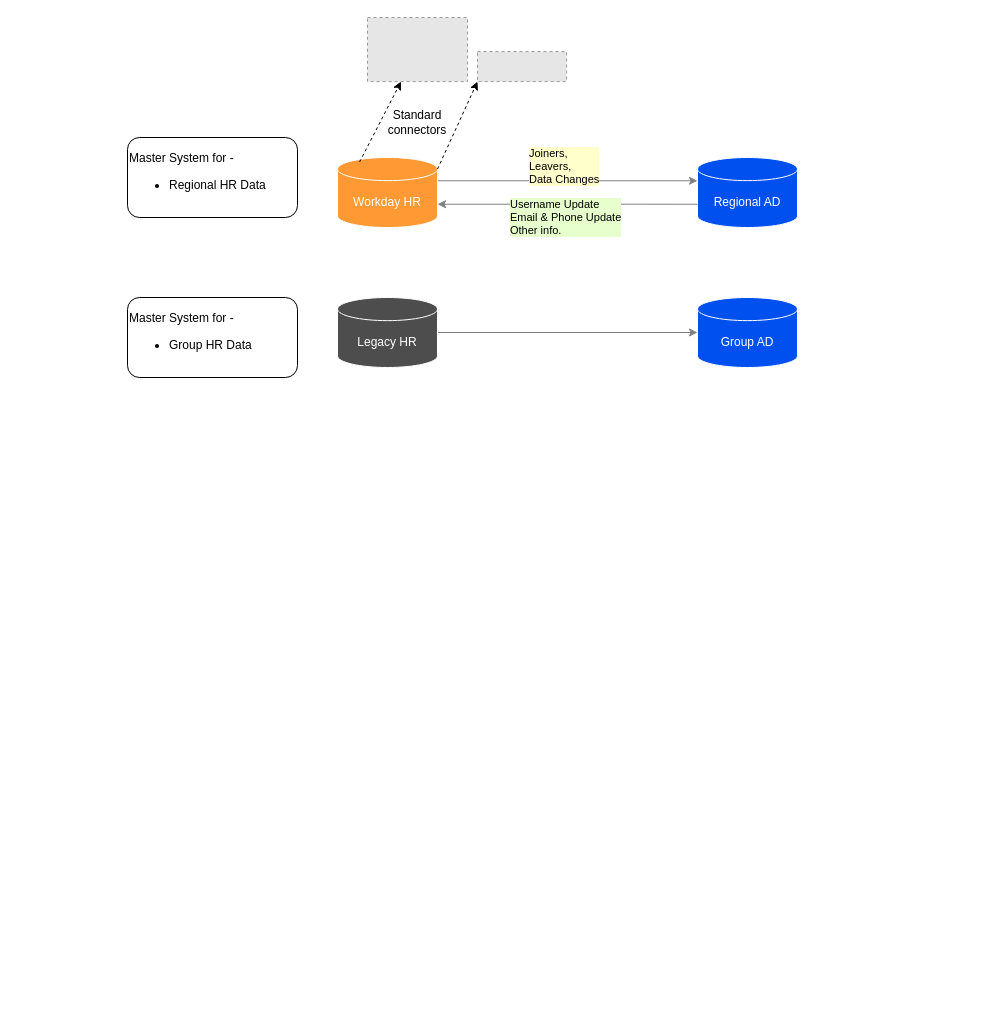
Earlier version of the draw.io diagram KARNOV.drawio (sandyaroma/sandyaroma). Source tidied: cells renumbered, new cells numbered last; positions are measured from the earlier drawing's top-left corner, leaving out a move shared by most shapes. Both pictures are drawn from the tidied source at 100%, with x=0, y=0 at pixel (127, 17). Pictures stored in the file or linked from it are replaced by grey dashed boxes.
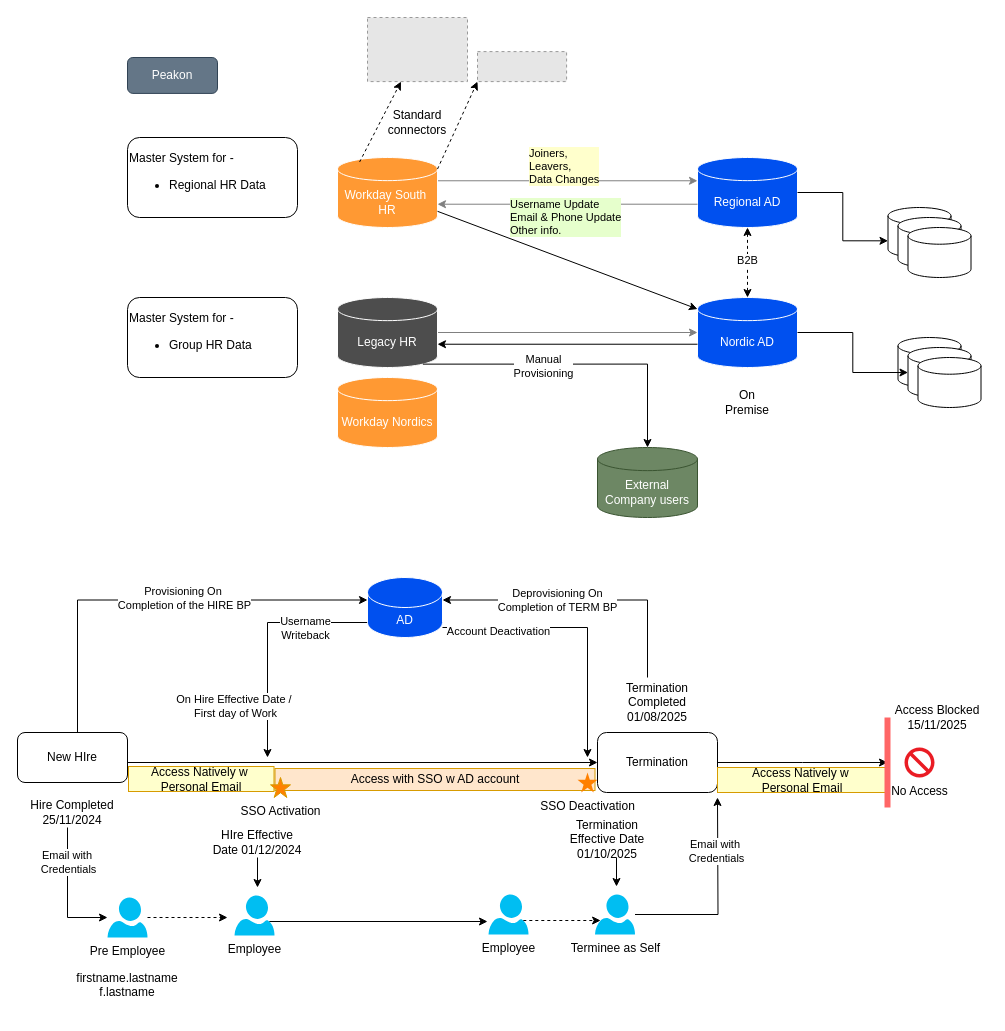
The same diagram, later.

The change refers to these unchanged cells:
```xml
<mxCell id="5" value="&lt;font color=&quot;#ffffff&quot;&gt;Regional AD&lt;/font&gt;" style="shape=cylinder3;whiteSpace=wrap;html=1;boundedLbl=1;backgroundOutline=1;size=11.56951904296875;fillColor=#0050ef;strokeColor=#FFFFFF;fontColor=#ffffff;" parent="1" vertex="1">
  <mxGeometry x="570" y="140" width="100" height="70" as="geometry" />
</mxCell>
<mxCell id="8" value="&lt;font color=&quot;#ffffff&quot;&gt;Legacy HR&lt;/font&gt;" style="shape=cylinder3;whiteSpace=wrap;html=1;boundedLbl=1;backgroundOutline=1;size=11.56951904296875;fillColor=#4D4D4D;strokeColor=#FFFFFF;" parent="1" vertex="1">
  <mxGeometry x="210" y="280" width="100" height="70" as="geometry" />
</mxCell>
```

The edit, as a diff of the source:
```diff
@@
-    <mxCell id="4" value="&lt;font color=&quot;#ffffff&quot;&gt;Workday HR&lt;/font&gt;" style="shape=cylinder3;whiteSpace=wrap;html=1;boundedLbl=1;backgroundOutline=1;size=11.56951904296875;fillColor=#FF9933;strokeColor=#FFFFFF;" parent="1" vertex="1">
+    <mxCell id="4" value="&lt;font color=&quot;#ffffff&quot;&gt;Workday South&amp;nbsp;&lt;/font&gt;&lt;div&gt;&lt;font color=&quot;#ffffff&quot;&gt;HR&lt;/font&gt;&lt;/div&gt;" style="shape=cylinder3;whiteSpace=wrap;html=1;boundedLbl=1;backgroundOutline=1;size=11.56951904296875;fillColor=#FF9933;strokeColor=#FFFFFF;" parent="1" vertex="1">
       <mxGeometry x="210" y="140" width="100" height="70" as="geometry" />
     </mxCell>
@@
-    <mxCell id="6" value="&lt;font color=&quot;#ffffff&quot;&gt;Group AD&lt;/font&gt;" style="shape=cylinder3;whiteSpace=wrap;html=1;boundedLbl=1;backgroundOutline=1;size=11.56951904296875;fillColor=#0050ef;strokeColor=#FFFFFF;fontColor=#ffffff;" parent="1" vertex="1">
+    <mxCell id="6" value="&lt;font color=&quot;#ffffff&quot;&gt;Nordic AD&lt;/font&gt;" style="shape=cylinder3;whiteSpace=wrap;html=1;boundedLbl=1;backgroundOutline=1;size=11.56951904296875;fillColor=#0050ef;strokeColor=#FFFFFF;fontColor=#ffffff;" parent="1" vertex="1">
       <mxGeometry x="570" y="280" width="100" height="70" as="geometry" />
     </mxCell>
@@
+    <mxCell id="18" value="On Premise" style="text;html=1;align=center;verticalAlign=middle;whiteSpace=wrap;rounded=0;" parent="1" vertex="1">
+      <mxGeometry x="590" y="370" width="60" height="30" as="geometry" />
+    </mxCell>
+    <mxCell id="19" value="Peakon" style="rounded=1;whiteSpace=wrap;html=1;fillColor=#647687;fontColor=#ffffff;strokeColor=#314354;" parent="1" vertex="1">
+      <mxGeometry y="40" width="90" height="35.9" as="geometry" />
+    </mxCell>
+    <mxCell id="20" style="edgeStyle=orthogonalEdgeStyle;rounded=0;jettySize=auto;html=1;entryX=0.5;entryY=0;entryDx=0;entryDy=0;entryPerimeter=0;startArrow=classic;startFill=1;dashed=1;" parent="1" edge="1" source="5" target="6">
+      <mxGeometry relative="1" as="geometry" />
+    </mxCell>
+    <mxCell id="21" value="B2B" style="edgeLabel;html=1;align=center;verticalAlign=middle;" parent="20" vertex="1">
+      <mxGeometry x="-0.09" y="-1" relative="1" as="geometry" />
+    </mxCell>
+    <mxCell id="22" style="edgeStyle=orthogonalEdgeStyle;rounded=0;jettySize=auto;html=1;exitX=0;exitY=0;exitDx=0;exitDy=46.715240478515625;exitPerimeter=0;entryX=1;entryY=0;entryDx=0;entryDy=46.715240478515625;entryPerimeter=0;" parent="1" edge="1" source="6" target="8">
+      <mxGeometry relative="1" as="geometry" />
+    </mxCell>
+    <mxCell id="23" style="edgeStyle=orthogonalEdgeStyle;rounded=0;jettySize=auto;html=1;entryX=0;entryY=0.5;entryDx=0;entryDy=0;exitX=1;exitY=0.5;exitDx=0;exitDy=0;" parent="1" edge="1" source="26" target="28">
+      <mxGeometry relative="1" as="geometry">
+        <Array as="points">
+          <mxPoint y="745" />
+        </Array>
+      </mxGeometry>
+    </mxCell>
+    <mxCell id="24" style="edgeStyle=orthogonalEdgeStyle;rounded=0;jettySize=auto;html=1;entryX=0;entryY=0;entryDx=0;entryDy=22.5;entryPerimeter=0;" parent="1" edge="1" source="26" target="42">
+      <mxGeometry relative="1" as="geometry">
+        <Array as="points">
+          <mxPoint x="-50" y="583" />
+        </Array>
+      </mxGeometry>
+    </mxCell>
+    <mxCell id="25" value="Provisioning On&amp;nbsp;&lt;div&gt;Completion of the HIRE BP&lt;/div&gt;" style="edgeLabel;html=1;align=center;verticalAlign=middle;" parent="24" vertex="1">
+      <mxGeometry x="0.04" relative="1" as="geometry">
+        <mxPoint x="19" y="-2" as="offset" />
+      </mxGeometry>
+    </mxCell>
+    <mxCell id="26" value="New HIre" style="rounded=1;whiteSpace=wrap;html=1;" parent="1" vertex="1">
+      <mxGeometry x="-110" y="715" width="110" height="50" as="geometry" />
+    </mxCell>
+    <mxCell id="27" style="edgeStyle=orthogonalEdgeStyle;rounded=0;jettySize=auto;html=1;" parent="1" edge="1" source="28">
+      <mxGeometry relative="1" as="geometry">
+        <mxPoint x="760" y="745" as="targetPoint" />
+      </mxGeometry>
+    </mxCell>
+    <mxCell id="28" value="Termination" style="rounded=1;whiteSpace=wrap;html=1;" parent="1" vertex="1">
+      <mxGeometry x="470" y="715" width="120" height="60" as="geometry" />
+    </mxCell>
+    <mxCell id="29" value="HIre Effective Date 01/12/2024" style="text;html=1;align=center;verticalAlign=middle;whiteSpace=wrap;rounded=0;" parent="1" vertex="1">
+      <mxGeometry x="80" y="810" width="100" height="30" as="geometry" />
+    </mxCell>
+    <mxCell id="30" style="edgeStyle=orthogonalEdgeStyle;rounded=0;jettySize=auto;html=1;" parent="1" edge="1" source="32" target="35">
+      <mxGeometry relative="1" as="geometry">
+        <Array as="points">
+          <mxPoint x="-60" y="900" />
+        </Array>
+      </mxGeometry>
+    </mxCell>
+    <mxCell id="31" value="Email with&amp;nbsp;&lt;div&gt;Credentials&lt;/div&gt;" style="edgeLabel;html=1;align=center;verticalAlign=middle;" parent="30" vertex="1">
+      <mxGeometry x="-0.48" relative="1" as="geometry" />
+    </mxCell>
+    <mxCell id="32" value="Hire Completed&lt;div&gt;25/11/2024&lt;/div&gt;" style="text;html=1;align=center;verticalAlign=middle;whiteSpace=wrap;rounded=0;" parent="1" vertex="1">
+      <mxGeometry x="-100" y="780" width="90" height="30" as="geometry" />
+    </mxCell>
+    <mxCell id="33" style="edgeStyle=orthogonalEdgeStyle;rounded=0;jettySize=auto;html=1;exitX=0.87;exitY=0.65;exitDx=0;exitDy=0;exitPerimeter=0;" parent="1" edge="1" source="36">
+      <mxGeometry relative="1" as="geometry">
+        <mxPoint x="360" y="904" as="targetPoint" />
+      </mxGeometry>
+    </mxCell>
+    <mxCell id="34" style="edgeStyle=orthogonalEdgeStyle;rounded=0;jettySize=auto;html=1;dashed=1;" parent="1" edge="1" source="35">
+      <mxGeometry relative="1" as="geometry">
+        <mxPoint x="100" y="900" as="targetPoint" />
+      </mxGeometry>
+    </mxCell>
+    <mxCell id="35" value="Pre Employee" style="verticalLabelPosition=bottom;html=1;verticalAlign=top;align=center;strokeColor=none;fillColor=#00BEF2;shape=mxgraph.azure.user;" parent="1" vertex="1">
+      <mxGeometry x="-20" y="880" width="40" height="40" as="geometry" />
+    </mxCell>
+    <mxCell id="36" value="Employee" style="verticalLabelPosition=bottom;html=1;verticalAlign=top;align=center;strokeColor=none;fillColor=#00BEF2;shape=mxgraph.azure.user;" parent="1" vertex="1">
+      <mxGeometry x="107" y="878" width="40" height="40" as="geometry" />
+    </mxCell>
+    <mxCell id="37" style="endArrow=classic;html=1;rounded=0;" parent="1" edge="1">
+      <mxGeometry relative="1" as="geometry">
+        <mxPoint x="130" y="840" as="sourcePoint" />
+        <mxPoint x="130" y="870" as="targetPoint" />
+      </mxGeometry>
+    </mxCell>
+    <mxCell id="38" style="edgeStyle=orthogonalEdgeStyle;rounded=0;jettySize=auto;html=1;exitX=0;exitY=1;exitDx=0;exitDy=-15;exitPerimeter=0;" parent="1" edge="1" source="42">
+      <mxGeometry relative="1" as="geometry">
+        <mxPoint x="140" y="740" as="targetPoint" />
+        <Array as="points">
+          <mxPoint x="140" y="605" />
+        </Array>
+      </mxGeometry>
+    </mxCell>
+    <mxCell id="39" value="&lt;div&gt;On Hire Effective Date /&amp;nbsp;&lt;/div&gt;&lt;div&gt;First day of Work&lt;/div&gt;" style="edgeLabel;html=1;align=center;verticalAlign=middle;" parent="38" vertex="1">
+      <mxGeometry x="0.14" y="1" relative="1" as="geometry">
+        <mxPoint x="-34" y="49" as="offset" />
+      </mxGeometry>
+    </mxCell>
+    <mxCell id="40" value="Username&lt;div&gt;Writeback&lt;/div&gt;" style="edgeLabel;html=1;align=center;verticalAlign=middle;" parent="38" vertex="1">
+      <mxGeometry x="-0.38" y="-1" relative="1" as="geometry">
+        <mxPoint x="10" y="6" as="offset" />
+      </mxGeometry>
+    </mxCell>
+    <mxCell id="41" style="edgeStyle=orthogonalEdgeStyle;rounded=0;jettySize=auto;html=1;" parent="1" edge="1" source="42">
+      <mxGeometry relative="1" as="geometry">
+        <mxPoint x="460" y="740" as="targetPoint" />
+        <Array as="points">
+          <mxPoint x="460" y="610" />
+        </Array>
+      </mxGeometry>
+    </mxCell>
+    <mxCell id="42" value="AD" style="shape=cylinder3;whiteSpace=wrap;html=1;boundedLbl=1;backgroundOutline=1;size=15;fillColor=#0050ef;fontColor=#ffffff;strokeColor=#FFFFFF;" parent="1" vertex="1">
+      <mxGeometry x="240" y="560" width="75" height="60" as="geometry" />
+    </mxCell>
+    <mxCell id="43" value="Employee" style="verticalLabelPosition=bottom;html=1;verticalAlign=top;align=center;strokeColor=none;fillColor=#00BEF2;shape=mxgraph.azure.user;" parent="1" vertex="1">
+      <mxGeometry x="361" y="877" width="40" height="40" as="geometry" />
+    </mxCell>
+    <mxCell id="44" value="Termination Effective Date 01/10/2025" style="text;html=1;align=center;verticalAlign=middle;whiteSpace=wrap;rounded=0;" parent="1" vertex="1">
+      <mxGeometry x="430" y="807" width="100" height="30" as="geometry" />
+    </mxCell>
+    <mxCell id="45" style="edgeStyle=orthogonalEdgeStyle;rounded=0;jettySize=auto;html=1;" parent="1" edge="1" source="47">
+      <mxGeometry relative="1" as="geometry">
+        <mxPoint x="590" y="780" as="targetPoint" />
+      </mxGeometry>
+    </mxCell>
+    <mxCell id="46" value="Email with&amp;nbsp;&lt;div&gt;Credentials&lt;/div&gt;" style="edgeLabel;html=1;align=center;verticalAlign=middle;" parent="45" vertex="1">
+      <mxGeometry x="0.47" y="2" relative="1" as="geometry" />
+    </mxCell>
+    <mxCell id="47" value="Terminee as Self" style="verticalLabelPosition=bottom;html=1;verticalAlign=top;align=center;strokeColor=none;fillColor=#00BEF2;shape=mxgraph.azure.user;" parent="1" vertex="1">
+      <mxGeometry x="467.5" y="877" width="40" height="40" as="geometry" />
+    </mxCell>
+    <mxCell id="48" value="Termination&lt;div&gt;Completed&lt;/div&gt;&lt;div&gt;01/08/2025&lt;/div&gt;" style="text;html=1;align=center;verticalAlign=middle;whiteSpace=wrap;rounded=0;" parent="1" vertex="1">
+      <mxGeometry x="480" y="670" width="100" height="30" as="geometry" />
+    </mxCell>
+    <mxCell id="49" value="Access with SSO w AD account" style="rounded=0;whiteSpace=wrap;html=1;fillColor=#ffe6cc;strokeColor=#d79b00;" parent="1" vertex="1">
+      <mxGeometry x="147.5" y="751" width="320" height="22" as="geometry" />
+    </mxCell>
+    <mxCell id="50" value="Access Natively w&amp;nbsp;&lt;div&gt;Personal Email&lt;/div&gt;" style="rounded=0;whiteSpace=wrap;html=1;fillColor=#FFFFCC;strokeColor=#d79b00;" parent="1" vertex="1">
+      <mxGeometry x="1" y="749" width="145.5" height="25" as="geometry" />
+    </mxCell>
+    <mxCell id="51" value="Access Natively w&amp;nbsp;&lt;div&gt;Personal Email&lt;/div&gt;" style="rounded=0;whiteSpace=wrap;html=1;fillColor=#FFFFCC;strokeColor=#d79b00;" parent="1" vertex="1">
+      <mxGeometry x="590" y="750" width="170" height="25" as="geometry" />
+    </mxCell>
+    <mxCell id="52" value="No Access" style="sketch=0;shadow=0;dashed=0;html=1;strokeColor=none;labelPosition=center;verticalLabelPosition=bottom;verticalAlign=top;align=center;shape=mxgraph.mscae.enterprise.not_allowed;fillColor=#EA1C24;" parent="1" vertex="1">
+      <mxGeometry x="777" y="730" width="30" height="30" as="geometry" />
+    </mxCell>
+    <mxCell id="53" style="endArrow=none;html=1;rounded=0;strokeWidth=6;strokeColor=#FF6666;" parent="1" edge="1">
+      <mxGeometry relative="1" as="geometry">
+        <mxPoint x="760" y="790" as="sourcePoint" />
+        <mxPoint x="760" y="700" as="targetPoint" />
+      </mxGeometry>
+    </mxCell>
+    <mxCell id="54" style="edgeStyle=orthogonalEdgeStyle;rounded=0;jettySize=auto;html=1;dashed=1;entryX=0.14;entryY=0.65;entryDx=0;entryDy=0;entryPerimeter=0;exitX=0.87;exitY=0.65;exitDx=0;exitDy=0;exitPerimeter=0;" parent="1" edge="1" source="43" target="47">
+      <mxGeometry relative="1" as="geometry" />
+    </mxCell>
+    <mxCell id="55" style="endArrow=classic;html=1;rounded=0;" parent="1" edge="1">
+      <mxGeometry relative="1" as="geometry">
+        <mxPoint x="489" y="840" as="sourcePoint" />
+        <mxPoint x="489" y="869" as="targetPoint" />
+      </mxGeometry>
+    </mxCell>
+    <mxCell id="56" value="SSO Activation" style="verticalLabelPosition=bottom;verticalAlign=top;html=1;shape=mxgraph.basic.star;fillColor=#FF8000;strokeColor=#d79b00;" parent="1" vertex="1">
+      <mxGeometry x="143" y="760" width="20" height="20" as="geometry" />
+    </mxCell>
+    <mxCell id="57" style="edgeStyle=orthogonalEdgeStyle;rounded=0;jettySize=auto;html=1;entryX=1;entryY=0;entryDx=0;entryDy=22.5;entryPerimeter=0;" parent="1" edge="1" target="42">
+      <mxGeometry relative="1" as="geometry">
+        <mxPoint x="520" y="660" as="sourcePoint" />
+        <Array as="points">
+          <mxPoint x="520" y="583" />
+        </Array>
+      </mxGeometry>
+    </mxCell>
+    <mxCell id="58" value="Deprovisioning On&lt;div&gt;Completion of TERM BP&lt;/div&gt;" style="edgeLabel;html=1;align=center;verticalAlign=middle;" parent="57" vertex="1">
+      <mxGeometry x="0.19" relative="1" as="geometry" />
+    </mxCell>
+    <mxCell id="59" value="Access Blocked&lt;div&gt;15/11/2025&lt;/div&gt;" style="text;html=1;align=center;verticalAlign=middle;whiteSpace=wrap;rounded=0;" parent="1" vertex="1">
+      <mxGeometry x="760" y="685" width="100" height="30" as="geometry" />
+    </mxCell>
+    <mxCell id="60" value="SSO Deactivation" style="verticalLabelPosition=bottom;verticalAlign=top;html=1;shape=mxgraph.basic.star;fillColor=#FF8000;strokeColor=none;" parent="1" vertex="1">
+      <mxGeometry x="450" y="755" width="20" height="20" as="geometry" />
+    </mxCell>
+    <mxCell id="61" value="firstname.lastname&lt;div&gt;f.lastname&lt;/div&gt;&lt;div&gt;&lt;br&gt;&lt;/div&gt;" style="text;html=1;align=center;verticalAlign=middle;whiteSpace=wrap;rounded=0;" parent="1" vertex="1">
+      <mxGeometry x="-60" y="960" width="120" height="30" as="geometry" />
+    </mxCell>
+    <mxCell id="62" value="Account Deactivation" style="edgeLabel;html=1;align=center;verticalAlign=middle;" parent="1" vertex="1">
+      <mxGeometry x="190" y="610" as="geometry">
+        <mxPoint x="180" y="3" as="offset" />
+      </mxGeometry>
+    </mxCell>
+    <mxCell id="63" style="endArrow=classic;html=1;rounded=0;entryX=0;entryY=0;entryDx=0;entryDy=11.56951904296875;entryPerimeter=0;" parent="1" edge="1" source="4" target="6">
+      <mxGeometry relative="1" as="geometry" />
+    </mxCell>
+    <mxCell id="64" value="&lt;font color=&quot;#ffffff&quot;&gt;Workday Nordics&lt;/font&gt;" style="shape=cylinder3;whiteSpace=wrap;html=1;boundedLbl=1;backgroundOutline=1;size=11.56951904296875;fillColor=#FF9933;strokeColor=#FFFFFF;" parent="1" vertex="1">
+      <mxGeometry x="210" y="360" width="100" height="70" as="geometry" />
+    </mxCell>
+    <mxCell id="65" style="shape=cylinder3;whiteSpace=wrap;html=1;boundedLbl=1;backgroundOutline=1;size=8.363479614257841;" parent="1" vertex="1">
+      <mxGeometry x="760.5" y="190" width="63" height="50" as="geometry" />
+    </mxCell>
+    <mxCell id="66" style="shape=cylinder3;whiteSpace=wrap;html=1;boundedLbl=1;backgroundOutline=1;size=8.363479614257841;" parent="1" vertex="1">
+      <mxGeometry x="770.5" y="200" width="63" height="50" as="geometry" />
+    </mxCell>
+    <mxCell id="67" style="shape=cylinder3;whiteSpace=wrap;html=1;boundedLbl=1;backgroundOutline=1;size=8.363479614257841;" parent="1" vertex="1">
+      <mxGeometry x="780.5" y="210" width="63" height="50" as="geometry" />
+    </mxCell>
+    <mxCell id="68" style="edgeStyle=orthogonalEdgeStyle;rounded=0;jettySize=auto;html=1;entryX=0;entryY=0;entryDx=0;entryDy=33.31826019287108;entryPerimeter=0;" parent="1" edge="1" source="5" target="65">
+      <mxGeometry relative="1" as="geometry" />
+    </mxCell>
+    <mxCell id="69" style="shape=cylinder3;whiteSpace=wrap;html=1;boundedLbl=1;backgroundOutline=1;size=8.363479614257841;" parent="1" vertex="1">
+      <mxGeometry x="770.5" y="320" width="63" height="50" as="geometry" />
+    </mxCell>
+    <mxCell id="70" style="shape=cylinder3;whiteSpace=wrap;html=1;boundedLbl=1;backgroundOutline=1;size=8.363479614257841;" parent="1" vertex="1">
+      <mxGeometry x="780.5" y="330" width="63" height="50" as="geometry" />
+    </mxCell>
+    <mxCell id="71" style="shape=cylinder3;whiteSpace=wrap;html=1;boundedLbl=1;backgroundOutline=1;size=8.363479614257841;" parent="1" vertex="1">
+      <mxGeometry x="790.5" y="340" width="63" height="50" as="geometry" />
+    </mxCell>
+    <mxCell id="72" style="edgeStyle=orthogonalEdgeStyle;rounded=0;jettySize=auto;html=1;entryX=0;entryY=0.5;entryDx=0;entryDy=0;entryPerimeter=0;" parent="1" edge="1" source="6" target="70">
+      <mxGeometry relative="1" as="geometry" />
+    </mxCell>
+    <mxCell id="73" value="&lt;font color=&quot;#ffffff&quot;&gt;External&lt;/font&gt;&lt;div&gt;&lt;font color=&quot;#ffffff&quot;&gt;Company users&lt;/font&gt;&lt;/div&gt;" style="shape=cylinder3;whiteSpace=wrap;html=1;boundedLbl=1;backgroundOutline=1;size=11.56951904296875;fillColor=#6d8764;strokeColor=#3A5431;fontColor=#ffffff;" parent="1" vertex="1">
+      <mxGeometry x="470" y="430" width="100" height="70" as="geometry" />
+    </mxCell>
+    <mxCell id="74" style="edgeStyle=orthogonalEdgeStyle;rounded=0;jettySize=auto;html=1;exitX=0.855;exitY=1;exitDx=0;exitDy=-3.3551605224609373;exitPerimeter=0;entryX=0.5;entryY=0;entryDx=0;entryDy=0;entryPerimeter=0;" parent="1" edge="1" source="8" target="73">
+      <mxGeometry relative="1" as="geometry" />
+    </mxCell>
+    <mxCell id="75" value="Manual&lt;div&gt;Provisioning&lt;/div&gt;" style="edgeLabel;html=1;align=center;verticalAlign=middle;" parent="74" vertex="1">
+      <mxGeometry x="-0.22" y="-2" relative="1" as="geometry" />
+    </mxCell>
```
